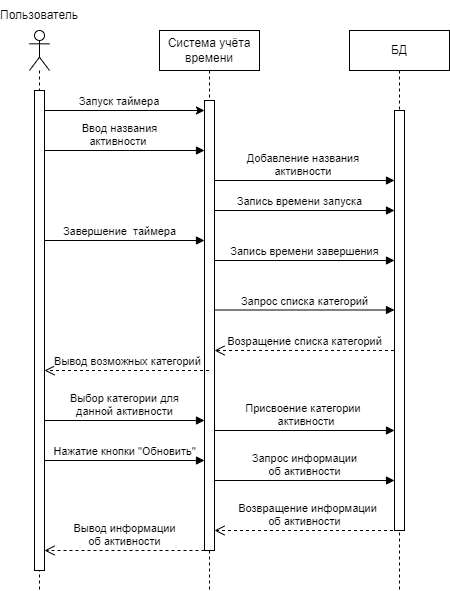
Before: Диаграмма последовательности.png, a diagram exported from draw.io (MgrDim/Time-tracking-app-project). Source tidied: cells renumbered, new cells last; positions are measured from the earlier drawing's top-left corner, leaving out a move shared by most shapes.
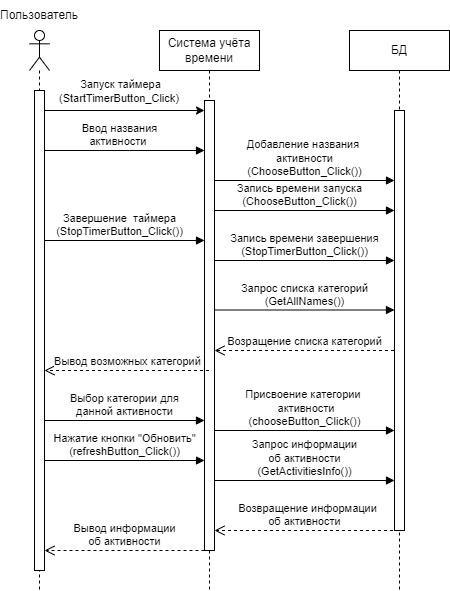
Later version of the same file.

Diff of the diagram source:
```diff
@@ -29,23 +29,23 @@
         <mxPoint x="195" y="110" as="targetPoint" />
       </mxGeometry>
     </mxCell>
-    <mxCell id="10" value="Запуск таймера&amp;nbsp;" style="edgeLabel;html=1;align=center;verticalAlign=middle;" parent="9" vertex="1">
+    <mxCell id="10" value="Запуск таймера&lt;br&gt;(StartTimerButton_Click)&amp;nbsp;" style="edgeLabel;html=1;align=center;verticalAlign=middle;" parent="9" vertex="1">
       <mxGeometry x="-0.26" y="2" relative="1" as="geometry">
-        <mxPoint x="16" y="-8" as="offset" />
+        <mxPoint x="16" y="-18" as="offset" />
       </mxGeometry>
     </mxCell>
-    <mxCell id="11" value="Завершение&amp;nbsp; таймера" style="html=1;verticalAlign=bottom;endArrow=block;curved=0;rounded=0;" parent="1" edge="1">
+    <mxCell id="11" value="Завершение&amp;nbsp; таймера&lt;br&gt;(StopTimerButton_Click())" style="html=1;verticalAlign=bottom;endArrow=block;curved=0;rounded=0;" parent="1" edge="1">
       <mxGeometry x="-0.06" relative="1" as="geometry">
         <mxPoint x="35" y="240" as="sourcePoint" />
         <mxPoint x="195" y="240" as="targetPoint" />
       </mxGeometry>
     </mxCell>
-    <mxCell id="12" value="Запись времени запуска" style="html=1;verticalAlign=bottom;endArrow=block;curved=0;rounded=0;" parent="1" edge="1" target="7">
+    <mxCell id="12" value="Запись времени запуска&lt;br&gt;(ChooseButton_Click())" style="html=1;verticalAlign=bottom;endArrow=block;curved=0;rounded=0;" parent="1" edge="1" target="7">
       <mxGeometry x="-0.06" relative="1" as="geometry">
         <mxPoint x="205" y="210" as="sourcePoint" />
       </mxGeometry>
     </mxCell>
-    <mxCell id="13" value="Запись времени завершения" style="html=1;verticalAlign=bottom;endArrow=block;curved=0;rounded=0;" parent="1" edge="1">
+    <mxCell id="13" value="Запись времени завершения&lt;br&gt;(StopTimerButton_Click())" style="html=1;verticalAlign=bottom;endArrow=block;curved=0;rounded=0;" parent="1" edge="1">
       <mxGeometry relative="1" as="geometry">
         <mxPoint x="205" y="260" as="sourcePoint" />
         <mxPoint x="385" y="260" as="targetPoint" />
@@ -60,13 +60,13 @@
         </Array>
       </mxGeometry>
     </mxCell>
-    <mxCell id="15" value="Добавление названия&amp;nbsp;&lt;br&gt;активности&amp;nbsp;" style="html=1;verticalAlign=bottom;endArrow=block;curved=0;rounded=0;" parent="1" edge="1">
+    <mxCell id="15" value="Добавление названия&amp;nbsp;&lt;br&gt;активности&lt;br&gt;(ChooseButton_Click())" style="html=1;verticalAlign=bottom;endArrow=block;curved=0;rounded=0;" parent="1" edge="1">
       <mxGeometry relative="1" as="geometry">
         <mxPoint x="205" y="180" as="sourcePoint" />
         <mxPoint x="385" y="180" as="targetPoint" />
       </mxGeometry>
     </mxCell>
-    <mxCell id="16" value="Запрос списка категорий" style="html=1;verticalAlign=bottom;endArrow=block;curved=0;rounded=0;" parent="1" edge="1">
+    <mxCell id="16" value="Запрос списка категорий&lt;br&gt;(GetAllNames())" style="html=1;verticalAlign=bottom;endArrow=block;curved=0;rounded=0;" parent="1" edge="1">
       <mxGeometry relative="1" as="geometry">
         <mxPoint x="205" y="309.5" as="sourcePoint" />
         <mxPoint x="385" y="309.5" as="targetPoint" />
@@ -87,7 +87,7 @@
         <mxPoint x="35" y="420" as="sourcePoint" />
       </mxGeometry>
     </mxCell>
-    <mxCell id="20" value="Присвоение категории&amp;nbsp;&lt;br&gt;&amp;nbsp;активности" style="html=1;verticalAlign=bottom;endArrow=block;curved=0;rounded=0;" parent="1" edge="1">
+    <mxCell id="20" value="Присвоение категории&amp;nbsp;&lt;br&gt;&amp;nbsp;активности&lt;br&gt;(chooseButton_Click())" style="html=1;verticalAlign=bottom;endArrow=block;curved=0;rounded=0;" parent="1" edge="1">
       <mxGeometry relative="1" as="geometry">
         <mxPoint x="205" y="430" as="sourcePoint" />
         <mxPoint x="385" y="430" as="targetPoint" />
@@ -105,12 +105,12 @@
         <mxPoint x="35" y="550" as="targetPoint" />
       </mxGeometry>
     </mxCell>
-    <mxCell id="23" value="Нажатие кнопки &quot;Обновить&quot;" style="html=1;verticalAlign=bottom;endArrow=block;curved=0;rounded=0;" parent="1" edge="1" source="5">
+    <mxCell id="23" value="Нажатие кнопки &quot;Обновить&quot;&lt;br&gt;(refreshButton_Click())" style="html=1;verticalAlign=bottom;endArrow=block;curved=0;rounded=0;" parent="1" edge="1" source="5">
       <mxGeometry relative="1" as="geometry">
         <mxPoint x="195" y="460" as="targetPoint" />
       </mxGeometry>
     </mxCell>
-    <mxCell id="24" value="Запрос информации&lt;br&gt;об активности" style="html=1;verticalAlign=bottom;endArrow=block;curved=0;rounded=0;" parent="1" edge="1">
+    <mxCell id="24" value="Запрос информации&lt;br&gt;об активности&lt;br&gt;(GetActivitiesInfo())" style="html=1;verticalAlign=bottom;endArrow=block;curved=0;rounded=0;" parent="1" edge="1">
       <mxGeometry relative="1" as="geometry">
         <mxPoint x="205" y="480" as="sourcePoint" />
         <mxPoint x="385" y="480" as="targetPoint" />
```
